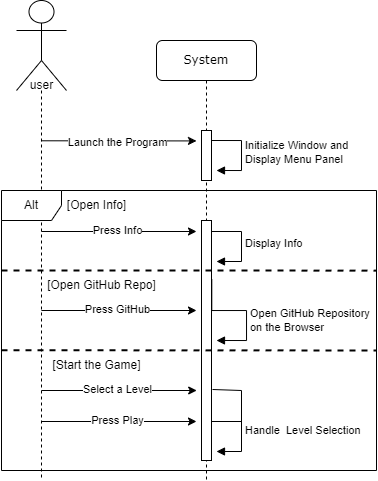
The draw.io diagram img/Sequence_Diagrams/SD-main_menu-light_theme.png in nickramos94/Klotski, before a commit. Source tidied: cells renumbered, new cells last; positions are measured from the earlier drawing's top-left corner, leaving out a move shared by most shapes.
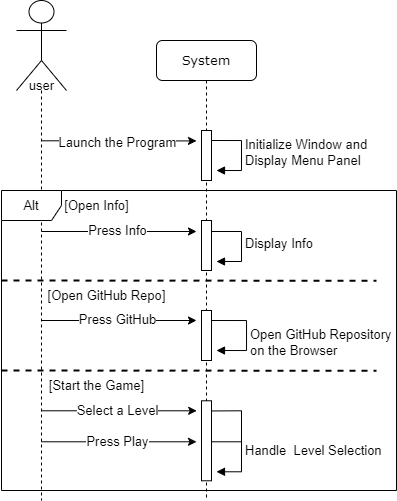
After the commit.

Commit message:
Sequence Diagram level_selection added

Change to the diagram source:
```diff
@@ -2,24 +2,24 @@
   <root>
     <mxCell id="0" />
     <mxCell id="1" parent="0" />
-    <mxCell id="2" value="System" style="shape=umlLifeline;perimeter=lifelinePerimeter;whiteSpace=wrap;html=1;rounded=1;shadow=0;comic=0;labelBackgroundColor=none;strokeWidth=1;fontFamily=Verdana;fontSize=12;align=center;" parent="1" vertex="1">
-      <mxGeometry x="155" y="40" width="100" height="440" as="geometry" />
+    <mxCell id="2" value="System" style="shape=umlLifeline;perimeter=lifelinePerimeter;whiteSpace=wrap;html=1;rounded=1;shadow=0;comic=0;labelBackgroundColor=none;strokeWidth=1;fontFamily=Verdana;fontSize=13;align=center;" parent="1" vertex="1">
+      <mxGeometry x="155" y="40" width="100" height="460" as="geometry" />
     </mxCell>
-    <mxCell id="3" style="html=1;perimeter=orthogonalPerimeter;rounded=0;shadow=0;comic=0;labelBackgroundColor=none;strokeWidth=1;fontFamily=Verdana;fontSize=12;align=center;" parent="2" vertex="1">
+    <mxCell id="3" style="html=1;perimeter=orthogonalPerimeter;rounded=0;shadow=0;comic=0;labelBackgroundColor=none;strokeWidth=1;fontFamily=Verdana;fontSize=13;align=center;" parent="2" vertex="1">
       <mxGeometry x="45" y="90" width="10" height="50" as="geometry" />
     </mxCell>
-    <mxCell id="4" style="edgeStyle=elbowEdgeStyle;rounded=0;orthogonalLoop=1;jettySize=auto;html=1;elbow=vertical;curved=0;" parent="2" edge="1">
+    <mxCell id="4" style="edgeStyle=elbowEdgeStyle;rounded=0;orthogonalLoop=1;jettySize=auto;html=1;elbow=vertical;curved=0;fontSize=13;" parent="2" edge="1">
       <mxGeometry relative="1" as="geometry">
         <mxPoint x="-115.1" y="100.3" as="sourcePoint" />
         <mxPoint x="40" y="100" as="targetPoint" />
       </mxGeometry>
     </mxCell>
-    <mxCell id="5" value="Launch the Program" style="edgeLabel;html=1;align=center;verticalAlign=middle;" parent="4" vertex="1">
+    <mxCell id="5" value="Launch the Program" style="edgeLabel;html=1;align=center;verticalAlign=middle;fontSize=13;" parent="4" vertex="1">
       <mxGeometry x="-0.63" y="-1" relative="1" as="geometry">
         <mxPoint x="47" as="offset" />
       </mxGeometry>
     </mxCell>
-    <mxCell id="6" value="Initialize Window and&amp;nbsp;&lt;br&gt;Display Menu Panel" style="html=1;align=left;spacingLeft=2;endArrow=block;rounded=0;edgeStyle=orthogonalEdgeStyle;curved=0;rounded=0;" parent="2" edge="1">
+    <mxCell id="6" value="Initialize Window and&amp;nbsp;&lt;br style=&quot;font-size: 13px;&quot;&gt;Display Menu Panel" style="html=1;align=left;spacingLeft=2;endArrow=block;rounded=0;edgeStyle=orthogonalEdgeStyle;curved=0;rounded=0;fontSize=13;" parent="2" edge="1">
       <mxGeometry relative="1" as="geometry">
         <mxPoint x="55" y="100" as="sourcePoint" />
         <mxPoint x="60" y="130" as="targetPoint" />
@@ -28,10 +28,10 @@
         </Array>
       </mxGeometry>
     </mxCell>
-    <mxCell id="7" style="html=1;points=[];perimeter=orthogonalPerimeter;rounded=0;shadow=0;comic=0;labelBackgroundColor=none;strokeWidth=1;fontFamily=Verdana;fontSize=12;align=center;" parent="2" vertex="1">
-      <mxGeometry x="45" y="180" width="10" height="240" as="geometry" />
+    <mxCell id="7" style="html=1;points=[];perimeter=orthogonalPerimeter;rounded=0;shadow=0;comic=0;labelBackgroundColor=none;strokeWidth=1;fontFamily=Verdana;fontSize=13;align=center;" parent="2" vertex="1">
+      <mxGeometry x="45" y="180" width="10" height="50" as="geometry" />
     </mxCell>
-    <mxCell id="8" value="Display Info" style="html=1;align=left;spacingLeft=2;endArrow=block;rounded=0;edgeStyle=orthogonalEdgeStyle;curved=0;rounded=0;" parent="2" edge="1">
+    <mxCell id="8" value="Display Info" style="html=1;align=left;spacingLeft=2;endArrow=block;rounded=0;edgeStyle=orthogonalEdgeStyle;curved=0;rounded=0;fontSize=13;" parent="2" edge="1">
       <mxGeometry relative="1" as="geometry">
         <mxPoint x="55" y="191" as="sourcePoint" />
         <mxPoint x="60" y="221" as="targetPoint" />
@@ -40,104 +40,112 @@
         </Array>
       </mxGeometry>
     </mxCell>
-    <mxCell id="9" style="shape=umlLifeline;perimeter=lifelinePerimeter;whiteSpace=wrap;html=1;outlineConnect=0;portConstraint=eastwest;newEdgeStyle={&quot;edgeStyle&quot;:&quot;elbowEdgeStyle&quot;,&quot;elbow&quot;:&quot;vertical&quot;,&quot;curved&quot;:0,&quot;rounded&quot;:0};participant=umlActor;size=90;" parent="1" vertex="1">
-      <mxGeometry x="15" width="50" height="480" as="geometry" />
-    </mxCell>
-    <mxCell id="10" value="user" style="text;html=1;align=center;verticalAlign=middle;strokeColor=none;fillColor=none;" parent="1" vertex="1">
-      <mxGeometry x="15" y="70" width="50" height="30" as="geometry" />
-    </mxCell>
-    <mxCell id="11" style="endArrow=classic;html=1;rounded=0;" parent="1" edge="1">
-      <mxGeometry relative="1" as="geometry">
-        <mxPoint x="39.9" y="231" as="sourcePoint" />
-        <mxPoint x="195" y="231" as="targetPoint" />
-      </mxGeometry>
-    </mxCell>
-    <mxCell id="12" value="Press Info" style="edgeLabel;html=1;align=center;verticalAlign=middle;" parent="11" vertex="1">
-      <mxGeometry x="-0.32" y="1" relative="1" as="geometry">
-        <mxPoint x="23" as="offset" />
-      </mxGeometry>
-    </mxCell>
-    <mxCell id="13" value="Alt" style="shape=umlFrame;whiteSpace=wrap;html=1;" parent="1" vertex="1">
-      <mxGeometry y="190" width="375" height="280" as="geometry" />
-    </mxCell>
-    <mxCell id="14" style="endArrow=none;dashed=1;html=1;strokeWidth=2;rounded=0;exitX=0;exitY=0.25;exitDx=0;exitDy=0;exitPerimeter=0;" parent="1" edge="1">
+    <mxCell id="14" style="endArrow=none;dashed=1;html=1;strokeWidth=2;rounded=0;exitX=0;exitY=0.25;exitDx=0;exitDy=0;exitPerimeter=0;fontSize=13;" parent="2" edge="1">
       <mxGeometry relative="1" as="geometry">
-        <mxPoint y="349.7" as="sourcePoint" />
-        <mxPoint x="375" y="350" as="targetPoint" />
+        <mxPoint x="-155" y="330" as="sourcePoint" />
+        <mxPoint x="220" y="330.3" as="targetPoint" />
       </mxGeometry>
     </mxCell>
-    <mxCell id="15" value="[Open Info]" style="text;html=1;align=center;verticalAlign=middle;strokeColor=none;fillColor=none;" parent="1" vertex="1">
-      <mxGeometry x="55" y="190" width="80" height="30" as="geometry" />
-    </mxCell>
-    <mxCell id="16" value="[Start the Game]" style="text;html=1;align=center;verticalAlign=middle;strokeColor=none;fillColor=none;" parent="1" vertex="1">
-      <mxGeometry x="40" y="350" width="110" height="30" as="geometry" />
+    <mxCell id="16" value="[Start the Game]" style="text;html=1;align=center;verticalAlign=middle;strokeColor=none;fillColor=none;fontSize=13;" parent="2" vertex="1">
+      <mxGeometry x="-120" y="330.3" width="120" height="30" as="geometry" />
     </mxCell>
-    <mxCell id="17" style="endArrow=none;dashed=1;html=1;strokeWidth=2;rounded=0;exitX=0;exitY=0.25;exitDx=0;exitDy=0;exitPerimeter=0;entryX=1;entryY=0.286;entryDx=0;entryDy=0;entryPerimeter=0;" parent="1" edge="1" target="13">
-      <mxGeometry relative="1" as="geometry">
-        <mxPoint y="270" as="sourcePoint" />
-      </mxGeometry>
-    </mxCell>
-    <mxCell id="18" style="endArrow=classic;html=1;rounded=0;" parent="1" edge="1" source="9">
-      <mxGeometry relative="1" as="geometry">
-        <mxPoint x="195" y="310" as="targetPoint" />
-      </mxGeometry>
-    </mxCell>
-    <mxCell id="19" value="Press GitHub" style="edgeLabel;html=1;align=center;verticalAlign=middle;" parent="18" vertex="1">
-      <mxGeometry x="-0.32" y="1" relative="1" as="geometry">
-        <mxPoint x="23" as="offset" />
-      </mxGeometry>
-    </mxCell>
-    <mxCell id="20" value="Open GitHub Repository&lt;br&gt;on the Browser" style="html=1;align=left;spacingLeft=2;endArrow=block;rounded=0;edgeStyle=orthogonalEdgeStyle;curved=0;rounded=0;exitX=1.029;exitY=0.244;exitDx=0;exitDy=0;exitPerimeter=0;" parent="1" edge="1" source="7">
-      <mxGeometry x="0.21" relative="1" as="geometry">
-        <mxPoint x="215" y="340" as="targetPoint" />
-        <Array as="points">
-          <mxPoint x="245" y="310" />
-          <mxPoint x="245" y="340" />
-        </Array>
-      </mxGeometry>
-    </mxCell>
-    <mxCell id="21" value="[Open GitHub Repo]" style="text;html=1;align=center;verticalAlign=middle;strokeColor=none;fillColor=none;" parent="1" vertex="1">
-      <mxGeometry x="35" y="270" width="130" height="30" as="geometry" />
-    </mxCell>
-    <mxCell id="22" style="endArrow=classic;html=1;rounded=0;" parent="1" edge="1">
+    <mxCell id="22" style="endArrow=classic;html=1;rounded=0;fontSize=13;" parent="2" edge="1">
       <mxGeometry relative="1" as="geometry">
-        <mxPoint x="40" y="390" as="sourcePoint" />
-        <mxPoint x="195.2" y="390" as="targetPoint" />
+        <mxPoint x="-115" y="370.3" as="sourcePoint" />
+        <mxPoint x="40.2" y="370.3" as="targetPoint" />
       </mxGeometry>
     </mxCell>
-    <mxCell id="23" value="Select a Level" style="edgeLabel;html=1;align=center;verticalAlign=middle;" parent="22" vertex="1">
+    <mxCell id="23" value="Select a Level" style="edgeLabel;html=1;align=center;verticalAlign=middle;fontSize=13;" parent="22" vertex="1">
       <mxGeometry x="-0.32" y="1" relative="1" as="geometry">
         <mxPoint x="23" as="offset" />
       </mxGeometry>
     </mxCell>
-    <mxCell id="24" style="endArrow=classic;html=1;rounded=0;" parent="1" edge="1">
+    <mxCell id="24" style="endArrow=classic;html=1;rounded=0;fontSize=13;" parent="2" edge="1">
       <mxGeometry relative="1" as="geometry">
-        <mxPoint x="39.8" y="421" as="sourcePoint" />
-        <mxPoint x="195" y="421" as="targetPoint" />
+        <mxPoint x="-115.2" y="401.3" as="sourcePoint" />
+        <mxPoint x="40" y="401.3" as="targetPoint" />
       </mxGeometry>
     </mxCell>
-    <mxCell id="25" value="Press Play" style="edgeLabel;html=1;align=center;verticalAlign=middle;" parent="24" vertex="1">
+    <mxCell id="25" value="Press Play" style="edgeLabel;html=1;align=center;verticalAlign=middle;fontSize=13;" parent="24" vertex="1">
       <mxGeometry x="-0.32" y="1" relative="1" as="geometry">
         <mxPoint x="23" as="offset" />
       </mxGeometry>
     </mxCell>
-    <mxCell id="26" value="Handle&amp;nbsp; Level Selection" style="html=1;align=left;spacingLeft=2;endArrow=block;rounded=0;edgeStyle=orthogonalEdgeStyle;curved=0;rounded=0;" parent="1" edge="1">
+    <mxCell id="26" value="Handle&amp;nbsp; Level Selection" style="html=1;align=left;spacingLeft=2;endArrow=block;rounded=0;edgeStyle=orthogonalEdgeStyle;curved=0;rounded=0;fontSize=13;" parent="2" edge="1">
       <mxGeometry x="-0.08" relative="1" as="geometry">
-        <mxPoint x="210" y="421" as="sourcePoint" />
-        <mxPoint x="215" y="451" as="targetPoint" />
+        <mxPoint x="55" y="401.3" as="sourcePoint" />
+        <mxPoint x="60" y="431.3" as="targetPoint" />
         <Array as="points">
-          <mxPoint x="240" y="451" />
+          <mxPoint x="85" y="431.3" />
         </Array>
       </mxGeometry>
     </mxCell>
-    <mxCell id="27" style="endArrow=none;html=1;rounded=0;exitX=1.143;exitY=0.458;exitDx=0;exitDy=0;exitPerimeter=0;" parent="1" edge="1">
+    <mxCell id="27" style="endArrow=none;html=1;rounded=0;exitX=1.086;exitY=0.127;exitDx=0;exitDy=0;exitPerimeter=0;fontSize=13;" parent="2" edge="1" source="28">
       <mxGeometry relative="1" as="geometry">
-        <mxPoint x="211" y="389" as="sourcePoint" />
-        <mxPoint x="240" y="430" as="targetPoint" />
+        <mxPoint x="85" y="410.3" as="targetPoint" />
         <Array as="points">
-          <mxPoint x="240" y="390" />
+          <mxPoint x="85" y="370.3" />
         </Array>
       </mxGeometry>
     </mxCell>
+    <mxCell id="28" style="html=1;points=[];perimeter=orthogonalPerimeter;rounded=0;shadow=0;comic=0;labelBackgroundColor=none;strokeWidth=1;fontFamily=Verdana;fontSize=13;align=center;" parent="2" vertex="1">
+      <mxGeometry x="45" y="360.3" width="10" height="80" as="geometry" />
+    </mxCell>
+    <mxCell id="9" style="shape=umlLifeline;perimeter=lifelinePerimeter;whiteSpace=wrap;html=1;outlineConnect=0;portConstraint=eastwest;newEdgeStyle={&quot;edgeStyle&quot;:&quot;elbowEdgeStyle&quot;,&quot;elbow&quot;:&quot;vertical&quot;,&quot;curved&quot;:0,&quot;rounded&quot;:0};participant=umlActor;size=90;fontSize=13;" parent="1" vertex="1">
+      <mxGeometry x="15" width="50" height="500" as="geometry" />
+    </mxCell>
+    <mxCell id="10" value="user" style="text;html=1;align=center;verticalAlign=middle;strokeColor=none;fillColor=none;fontSize=13;" parent="1" vertex="1">
+      <mxGeometry x="15" y="70" width="50" height="30" as="geometry" />
+    </mxCell>
+    <mxCell id="11" style="endArrow=classic;html=1;rounded=0;fontSize=13;" parent="1" edge="1">
+      <mxGeometry relative="1" as="geometry">
+        <mxPoint x="39.9" y="231" as="sourcePoint" />
+        <mxPoint x="195" y="231" as="targetPoint" />
+      </mxGeometry>
+    </mxCell>
+    <mxCell id="12" value="Press Info" style="edgeLabel;html=1;align=center;verticalAlign=middle;fontSize=13;" parent="11" vertex="1">
+      <mxGeometry x="-0.32" y="1" relative="1" as="geometry">
+        <mxPoint x="23" as="offset" />
+      </mxGeometry>
+    </mxCell>
+    <mxCell id="13" value="Alt" style="shape=umlFrame;whiteSpace=wrap;html=1;fontSize=13;" parent="1" vertex="1">
+      <mxGeometry y="190" width="395" height="300" as="geometry" />
+    </mxCell>
+    <mxCell id="15" value="[Open Info]" style="text;html=1;align=center;verticalAlign=middle;strokeColor=none;fillColor=none;fontSize=13;" parent="1" vertex="1">
+      <mxGeometry x="50" y="190" width="90" height="30" as="geometry" />
+    </mxCell>
+    <mxCell id="18" style="endArrow=classic;html=1;rounded=0;fontSize=13;" parent="1" edge="1">
+      <mxGeometry relative="1" as="geometry">
+        <mxPoint x="39.9" y="320" as="sourcePoint" />
+        <mxPoint x="195" y="320" as="targetPoint" />
+      </mxGeometry>
+    </mxCell>
+    <mxCell id="19" value="Press GitHub" style="edgeLabel;html=1;align=center;verticalAlign=middle;fontSize=13;" parent="18" vertex="1">
+      <mxGeometry x="-0.32" y="1" relative="1" as="geometry">
+        <mxPoint x="23" as="offset" />
+      </mxGeometry>
+    </mxCell>
+    <mxCell id="20" value="Open GitHub Repository&lt;br style=&quot;font-size: 13px;&quot;&gt;on the Browser" style="html=1;align=left;spacingLeft=2;endArrow=block;rounded=0;edgeStyle=orthogonalEdgeStyle;curved=0;rounded=0;fontSize=13;" parent="1" edge="1">
+      <mxGeometry x="0.21" relative="1" as="geometry">
+        <mxPoint x="210" y="320" as="sourcePoint" />
+        <mxPoint x="215" y="350" as="targetPoint" />
+        <Array as="points">
+          <mxPoint x="245" y="320" />
+          <mxPoint x="245" y="350" />
+        </Array>
+      </mxGeometry>
+    </mxCell>
+    <mxCell id="21" value="[Open GitHub Repo]" style="text;html=1;align=center;verticalAlign=middle;strokeColor=none;fillColor=none;fontSize=13;" parent="1" vertex="1">
+      <mxGeometry x="35" y="280" width="140" height="30" as="geometry" />
+    </mxCell>
+    <mxCell id="29" style="html=1;perimeter=orthogonalPerimeter;rounded=0;shadow=0;comic=0;labelBackgroundColor=none;strokeWidth=1;fontFamily=Verdana;fontSize=13;align=center;" parent="1" vertex="1">
+      <mxGeometry x="200" y="310" width="10" height="50" as="geometry" />
+    </mxCell>
+    <mxCell id="30" style="endArrow=none;dashed=1;html=1;strokeWidth=2;rounded=0;exitX=0;exitY=0.25;exitDx=0;exitDy=0;exitPerimeter=0;fontSize=13;" parent="1" edge="1">
+      <mxGeometry relative="1" as="geometry">
+        <mxPoint y="280" as="sourcePoint" />
+        <mxPoint x="375" y="280.3" as="targetPoint" />
+      </mxGeometry>
+    </mxCell>
   </root>
 </mxGraphModel>
```
